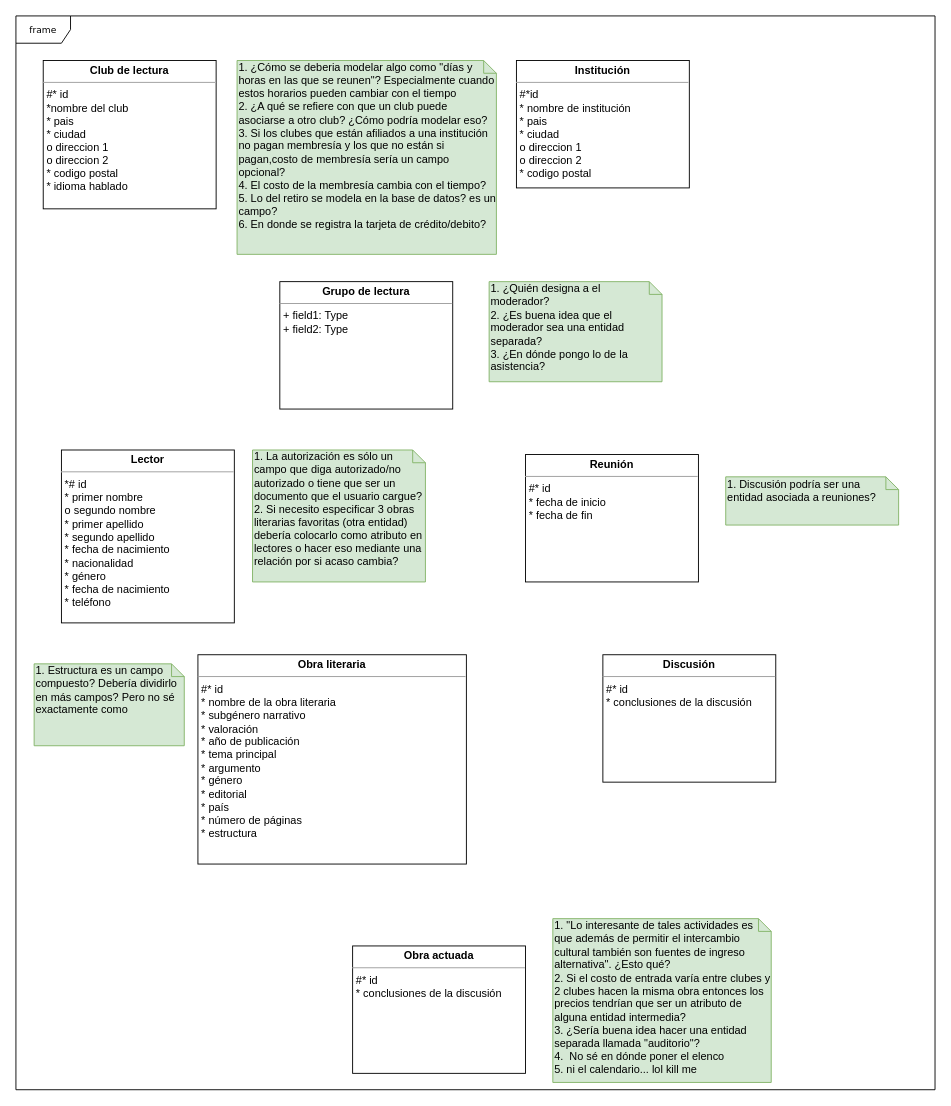
The draw.io diagram DB I/RC (Pseudo) Data structure.drawio in NeutronBlast/IS-Ex, before the edit. Source tidied: cells renumbered, new cells numbered last; positions are measured from the earlier drawing's top-left corner, leaving out a move shared by most shapes. Both pictures are drawn from the tidied source at 91%, with x=0, y=0 at pixel (15, 15).
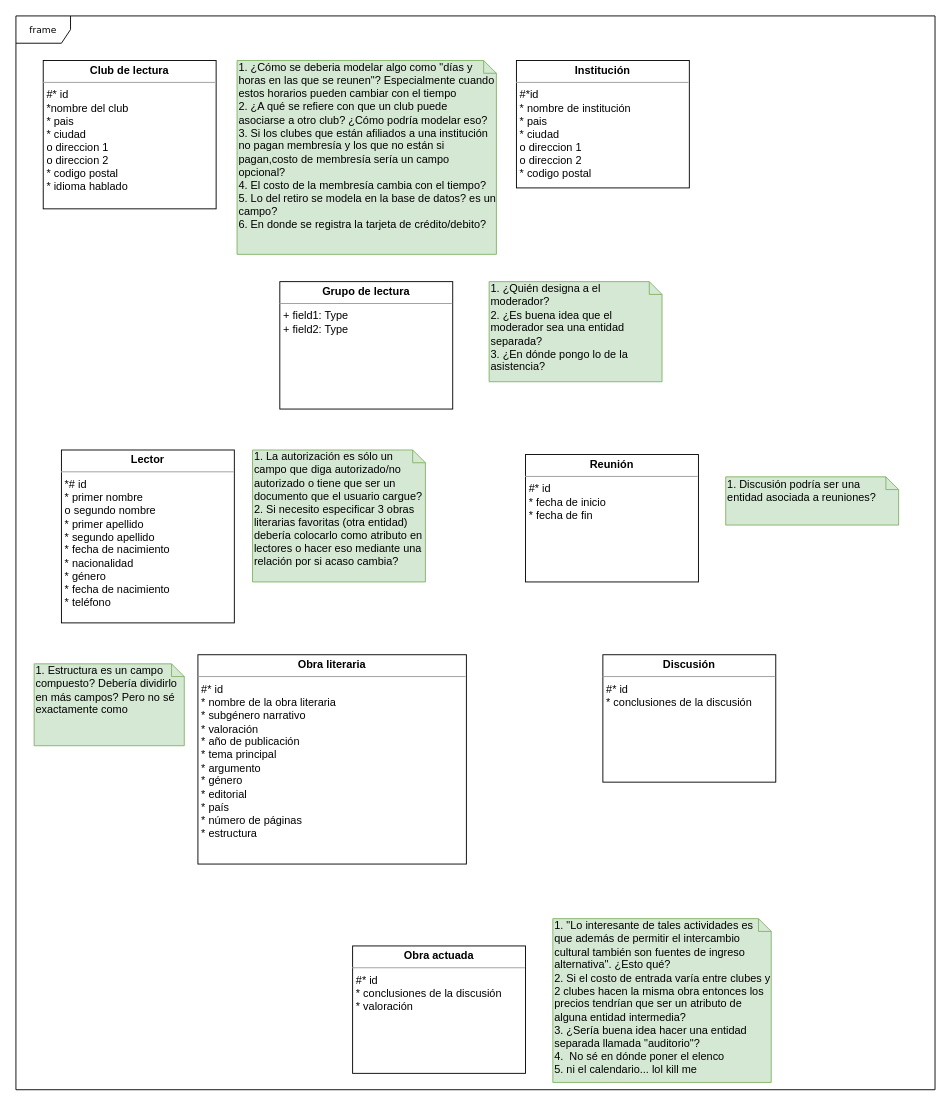
Above is the later version.

What changed in the source:
```diff
@@
 <mxGraphModel background="#ffffff">
   <root>
     <mxCell id="0" />
     <mxCell id="1" parent="0" />
     <mxCell id="2" value="frame" style="shape=umlFrame;whiteSpace=wrap;html=1;rounded=0;shadow=0;comic=0;labelBackgroundColor=none;strokeColor=#000000;strokeWidth=1;fillColor=#ffffff;fontFamily=Verdana;fontSize=10;fontColor=#000000;align=center;" parent="1" vertex="1">
       <mxGeometry width="1010" height="1180" as="geometry" />
     </mxCell>
     <mxCell id="3" value="&lt;p style=&quot;margin: 0px ; margin-top: 4px ; text-align: center&quot;&gt;&lt;b&gt;Obra literaria&lt;/b&gt;&lt;/p&gt;&lt;hr size=&quot;1&quot;&gt;&lt;p style=&quot;margin: 0px ; margin-left: 4px&quot;&gt;#* id&lt;/p&gt;&lt;p style=&quot;margin: 0px ; margin-left: 4px&quot;&gt;* nombre de la obra literaria&lt;/p&gt;&lt;p style=&quot;margin: 0px ; margin-left: 4px&quot;&gt;* subgénero narrativo&lt;/p&gt;&lt;p style=&quot;margin: 0px ; margin-left: 4px&quot;&gt;* valoración&lt;/p&gt;&lt;p style=&quot;margin: 0px ; margin-left: 4px&quot;&gt;* año de publicación&lt;/p&gt;&lt;p style=&quot;margin: 0px ; margin-left: 4px&quot;&gt;* tema principal&lt;/p&gt;&lt;p style=&quot;margin: 0px ; margin-left: 4px&quot;&gt;* argumento&lt;/p&gt;&lt;p style=&quot;margin: 0px ; margin-left: 4px&quot;&gt;* género&lt;/p&gt;&lt;p style=&quot;margin: 0px ; margin-left: 4px&quot;&gt;* editorial&lt;/p&gt;&lt;p style=&quot;margin: 0px ; margin-left: 4px&quot;&gt;* país&lt;/p&gt;&lt;p style=&quot;margin: 0px ; margin-left: 4px&quot;&gt;* número de páginas&lt;/p&gt;&lt;p style=&quot;margin: 0px ; margin-left: 4px&quot;&gt;* estructura&lt;/p&gt;" style="verticalAlign=top;align=left;overflow=fill;fontSize=12;fontFamily=Helvetica;html=1;rounded=0;shadow=0;comic=0;labelBackgroundColor=none;strokeColor=#000000;strokeWidth=1;fillColor=#ffffff;" parent="1" vertex="1">
       <mxGeometry x="200" y="702" width="295" height="230" as="geometry" />
     </mxCell>
     <mxCell id="4" value="&lt;p style=&quot;margin: 0px ; margin-top: 4px ; text-align: center&quot;&gt;&lt;b&gt;Institución&lt;/b&gt;&lt;/p&gt;&lt;hr size=&quot;1&quot;&gt;&lt;p style=&quot;margin: 0px ; margin-left: 4px&quot;&gt;#*id&amp;nbsp;&lt;/p&gt;&lt;p style=&quot;margin: 0px ; margin-left: 4px&quot;&gt;* nombre de institución&lt;/p&gt;&lt;p style=&quot;margin: 0px 0px 0px 4px&quot;&gt;* pais&lt;/p&gt;&lt;p style=&quot;margin: 0px 0px 0px 4px&quot;&gt;* ciudad&lt;/p&gt;&lt;p style=&quot;margin: 0px 0px 0px 4px&quot;&gt;o direccion 1&lt;/p&gt;&lt;p style=&quot;margin: 0px 0px 0px 4px&quot;&gt;o direccion 2&lt;/p&gt;&lt;p style=&quot;margin: 0px 0px 0px 4px&quot;&gt;* codigo postal&lt;/p&gt;" style="verticalAlign=top;align=left;overflow=fill;fontSize=12;fontFamily=Helvetica;html=1;rounded=0;shadow=0;comic=0;labelBackgroundColor=none;strokeColor=#000000;strokeWidth=1;fillColor=#ffffff;" parent="1" vertex="1">
       <mxGeometry x="550" y="49" width="190" height="140" as="geometry" />
     </mxCell>
     <mxCell id="5" value="&lt;p style=&quot;margin: 0px ; margin-top: 4px ; text-align: center&quot;&gt;&lt;b&gt;Reunión&lt;/b&gt;&lt;/p&gt;&lt;hr size=&quot;1&quot;&gt;&lt;p style=&quot;margin: 0px ; margin-left: 4px&quot;&gt;#* id&lt;/p&gt;&lt;p style=&quot;margin: 0px ; margin-left: 4px&quot;&gt;* fecha de inicio&lt;/p&gt;&lt;p style=&quot;margin: 0px ; margin-left: 4px&quot;&gt;* fecha de fin&lt;/p&gt;" style="verticalAlign=top;align=left;overflow=fill;fontSize=12;fontFamily=Helvetica;html=1;rounded=0;shadow=0;comic=0;labelBackgroundColor=none;strokeColor=#000000;strokeWidth=1;fillColor=#ffffff;" parent="1" vertex="1">
       <mxGeometry x="560" y="482" width="190" height="140" as="geometry" />
     </mxCell>
     <mxCell id="6" value="&lt;p style=&quot;margin: 0px ; margin-top: 4px ; text-align: center&quot;&gt;&lt;b&gt;Club de lectura&lt;/b&gt;&lt;/p&gt;&lt;hr size=&quot;1&quot;&gt;&lt;p style=&quot;margin: 0px ; margin-left: 4px&quot;&gt;#* id&lt;/p&gt;&lt;p style=&quot;margin: 0px ; margin-left: 4px&quot;&gt;*nombre del club&lt;/p&gt;&lt;p style=&quot;margin: 0px ; margin-left: 4px&quot;&gt;* pais&lt;/p&gt;&lt;p style=&quot;margin: 0px ; margin-left: 4px&quot;&gt;* ciudad&lt;/p&gt;&lt;p style=&quot;margin: 0px ; margin-left: 4px&quot;&gt;o direccion 1&lt;/p&gt;&lt;p style=&quot;margin: 0px ; margin-left: 4px&quot;&gt;o direccion 2&lt;/p&gt;&lt;p style=&quot;margin: 0px ; margin-left: 4px&quot;&gt;* codigo postal&lt;/p&gt;&lt;p style=&quot;margin: 0px ; margin-left: 4px&quot;&gt;* idioma hablado&lt;/p&gt;&lt;p style=&quot;margin: 0px ; margin-left: 4px&quot;&gt;&lt;br&gt;&lt;/p&gt;" style="verticalAlign=top;align=left;overflow=fill;fontSize=12;fontFamily=Helvetica;html=1;rounded=0;shadow=0;comic=0;labelBackgroundColor=none;strokeColor=#000000;strokeWidth=1;fillColor=#ffffff;" parent="1" vertex="1">
       <mxGeometry x="30" y="49" width="190" height="163" as="geometry" />
     </mxCell>
     <mxCell id="7" value="&lt;p style=&quot;margin: 0px ; margin-top: 4px ; text-align: center&quot;&gt;&lt;b&gt;Lector&lt;/b&gt;&lt;/p&gt;&lt;hr size=&quot;1&quot;&gt;&lt;p style=&quot;margin: 0px ; margin-left: 4px&quot;&gt;*# id&lt;/p&gt;&lt;p style=&quot;margin: 0px ; margin-left: 4px&quot;&gt;* primer nombre&lt;/p&gt;&lt;p style=&quot;margin: 0px ; margin-left: 4px&quot;&gt;o segundo nombre&lt;/p&gt;&lt;p style=&quot;margin: 0px ; margin-left: 4px&quot;&gt;* primer apellido&lt;/p&gt;&lt;p style=&quot;margin: 0px ; margin-left: 4px&quot;&gt;* segundo apellido&lt;/p&gt;&lt;p style=&quot;margin: 0px ; margin-left: 4px&quot;&gt;* fecha de nacimiento&lt;/p&gt;&lt;p style=&quot;margin: 0px ; margin-left: 4px&quot;&gt;* nacionalidad&lt;/p&gt;&lt;p style=&quot;margin: 0px ; margin-left: 4px&quot;&gt;* género&lt;/p&gt;&lt;p style=&quot;margin: 0px ; margin-left: 4px&quot;&gt;* fecha de nacimiento&lt;/p&gt;&lt;p style=&quot;margin: 0px ; margin-left: 4px&quot;&gt;* teléfono&lt;/p&gt;" style="verticalAlign=top;align=left;overflow=fill;fontSize=12;fontFamily=Helvetica;html=1;rounded=0;shadow=0;comic=0;labelBackgroundColor=none;strokeColor=#000000;strokeWidth=1;fillColor=#ffffff;" parent="1" vertex="1">
       <mxGeometry x="50" y="477" width="190" height="190" as="geometry" />
     </mxCell>
     <mxCell id="8" value="&lt;p style=&quot;margin: 0px ; margin-top: 4px ; text-align: center&quot;&gt;&lt;b&gt;Grupo de lectura&lt;/b&gt;&lt;/p&gt;&lt;hr size=&quot;1&quot;&gt;&lt;p style=&quot;margin: 0px ; margin-left: 4px&quot;&gt;+ field1: Type&lt;br&gt;+ field2: Type&lt;/p&gt;" style="verticalAlign=top;align=left;overflow=fill;fontSize=12;fontFamily=Helvetica;html=1;rounded=0;shadow=0;comic=0;labelBackgroundColor=none;strokeColor=#000000;strokeWidth=1;fillColor=#ffffff;" parent="1" vertex="1">
       <mxGeometry x="290" y="292" width="190" height="140" as="geometry" />
     </mxCell>
     <mxCell id="9" value="1. ¿Cómo se deberia modelar algo como &quot;días y horas en las que se reunen&quot;? Especialmente cuando estos horarios pueden cambiar con el tiempo&lt;br&gt;2. ¿A qué se refiere con que un club puede asociarse a otro club? ¿Cómo podría modelar eso?&lt;br&gt;3. Si los clubes que están afiliados a una institución no pagan membresía y los que no están si pagan,costo de membresía sería un campo opcional?&lt;br&gt;4. El costo de la membresía cambia con el tiempo?&lt;br&gt;5. Lo del retiro se modela en la base de datos? es un campo?&lt;br&gt;6. En donde se registra la tarjeta de crédito/debito?" style="shape=note;whiteSpace=wrap;html=1;size=14;verticalAlign=top;align=left;spacingTop=-6;fillColor=#d5e8d4;strokeColor=#82b366;" parent="1" vertex="1">
       <mxGeometry x="243" y="49" width="285" height="213" as="geometry" />
     </mxCell>
     <mxCell id="10" value="1. La autorización es sólo un campo que diga autorizado/no autorizado o tiene que ser un documento que el usuario cargue?&lt;br&gt;2. Si necesito especificar 3 obras literarias favoritas (otra entidad) debería colocarlo como atributo en lectores o hacer eso mediante una relación por si acaso cambia?" style="shape=note;whiteSpace=wrap;html=1;size=14;verticalAlign=top;align=left;spacingTop=-6;fillColor=#d5e8d4;strokeColor=#82b366;" parent="1" vertex="1">
       <mxGeometry x="260" y="477" width="190" height="145" as="geometry" />
     </mxCell>
     <mxCell id="11" value="1. ¿Quién designa a el moderador?&lt;br&gt;2. ¿Es buena idea que el moderador sea una entidad separada?&lt;br&gt;3. ¿En dónde pongo lo de la asistencia?" style="shape=note;whiteSpace=wrap;html=1;size=14;verticalAlign=top;align=left;spacingTop=-6;fillColor=#d5e8d4;strokeColor=#82b366;" parent="1" vertex="1">
       <mxGeometry x="520" y="292" width="190" height="110" as="geometry" />
     </mxCell>
     <mxCell id="12" value="1. Discusión podría ser una entidad asociada a reuniones?" style="shape=note;whiteSpace=wrap;html=1;size=14;verticalAlign=top;align=left;spacingTop=-6;fillColor=#d5e8d4;strokeColor=#82b366;" parent="1" vertex="1">
       <mxGeometry x="780" y="506.5" width="190" height="53" as="geometry" />
     </mxCell>
     <mxCell id="13" value="&lt;p style=&quot;margin: 0px ; margin-top: 4px ; text-align: center&quot;&gt;&lt;b&gt;Discusión&lt;/b&gt;&lt;/p&gt;&lt;hr size=&quot;1&quot;&gt;&lt;p style=&quot;margin: 0px ; margin-left: 4px&quot;&gt;#* id&lt;/p&gt;&lt;p style=&quot;margin: 0px ; margin-left: 4px&quot;&gt;* conclusiones de la discusión&lt;/p&gt;" style="verticalAlign=top;align=left;overflow=fill;fontSize=12;fontFamily=Helvetica;html=1;rounded=0;shadow=0;comic=0;labelBackgroundColor=none;strokeColor=#000000;strokeWidth=1;fillColor=#ffffff;" parent="1" vertex="1">
       <mxGeometry x="645" y="702" width="190" height="140" as="geometry" />
     </mxCell>
     <mxCell id="14" value="1. Estructura es un campo compuesto? Debería dividirlo en más campos? Pero no sé exactamente como&amp;nbsp;" style="shape=note;whiteSpace=wrap;html=1;size=14;verticalAlign=top;align=left;spacingTop=-6;fillColor=#d5e8d4;strokeColor=#82b366;" parent="1" vertex="1">
       <mxGeometry x="20" y="712" width="165" height="90" as="geometry" />
     </mxCell>
-    <mxCell id="15" value="&lt;p style=&quot;margin: 0px ; margin-top: 4px ; text-align: center&quot;&gt;&lt;b&gt;Obra actuada&lt;/b&gt;&lt;/p&gt;&lt;hr size=&quot;1&quot;&gt;&lt;p style=&quot;margin: 0px ; margin-left: 4px&quot;&gt;#* id&lt;/p&gt;&lt;p style=&quot;margin: 0px ; margin-left: 4px&quot;&gt;* conclusiones de la discusión&lt;/p&gt;" style="verticalAlign=top;align=left;overflow=fill;fontSize=12;fontFamily=Helvetica;html=1;rounded=0;shadow=0;comic=0;labelBackgroundColor=none;strokeColor=#000000;strokeWidth=1;fillColor=#ffffff;" parent="1" vertex="1">
+    <mxCell id="15" value="&lt;p style=&quot;margin: 0px ; margin-top: 4px ; text-align: center&quot;&gt;&lt;b&gt;Obra actuada&lt;/b&gt;&lt;/p&gt;&lt;hr size=&quot;1&quot;&gt;&lt;p style=&quot;margin: 0px ; margin-left: 4px&quot;&gt;#* id&lt;/p&gt;&lt;p style=&quot;margin: 0px ; margin-left: 4px&quot;&gt;* conclusiones de la discusión&lt;/p&gt;&lt;p style=&quot;margin: 0px ; margin-left: 4px&quot;&gt;* valoración&lt;/p&gt;" style="verticalAlign=top;align=left;overflow=fill;fontSize=12;fontFamily=Helvetica;html=1;rounded=0;shadow=0;comic=0;labelBackgroundColor=none;strokeColor=#000000;strokeWidth=1;fillColor=#ffffff;" parent="1" vertex="1">
       <mxGeometry x="370" y="1022" width="190" height="140" as="geometry" />
     </mxCell>
     <mxCell id="16" value="1. &quot;Lo interesante de tales actividades es que además de permitir el intercambio cultural también son fuentes de ingreso alternativa&quot;. ¿Esto qué?&lt;br&gt;2. Si el costo de entrada varía entre clubes y 2 clubes hacen la misma obra entonces los precios tendrían que ser un atributo de alguna entidad intermedia?&lt;br&gt;3. ¿Sería buena idea hacer una entidad separada llamada &quot;auditorio&quot;?&lt;br&gt;4.&amp;nbsp; No sé en dónde poner el elenco&lt;br&gt;5. ni el calendario... lol kill me" style="shape=note;whiteSpace=wrap;html=1;size=14;verticalAlign=top;align=left;spacingTop=-6;fillColor=#d5e8d4;strokeColor=#82b366;" parent="1" vertex="1">
       <mxGeometry x="590" y="992" width="240" height="180" as="geometry" />
     </mxCell>
   </root>
 </mxGraphModel>
```
